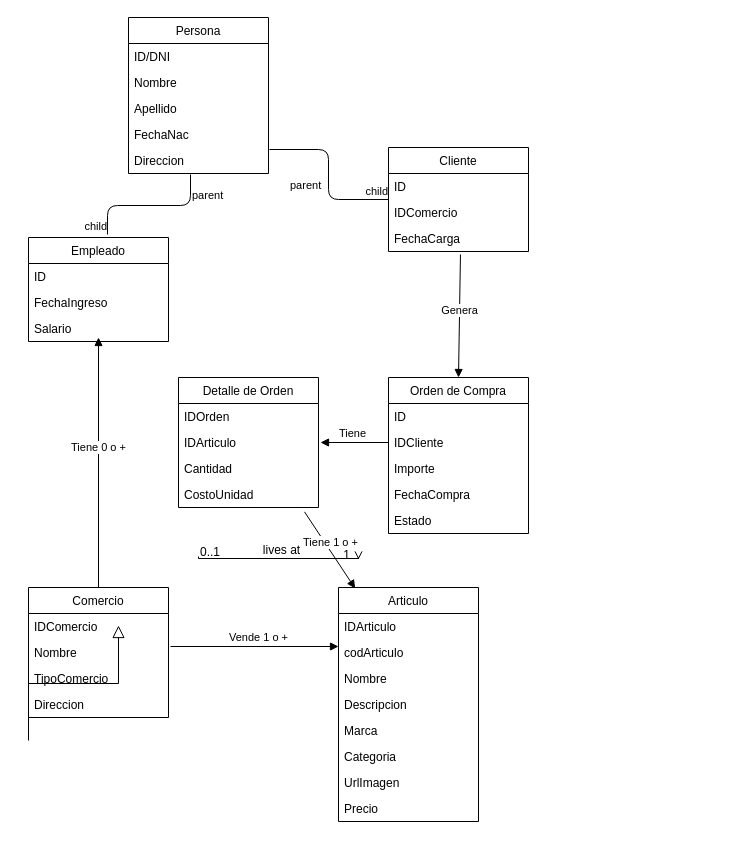
Before: productoApp.drawio in RailGun15/Programacion3-UTN, a draw.io diagram. Source tidied: cells renumbered, new cells numbered last; positions are measured from the earlier drawing's top-left corner, leaving out a move shared by most shapes. Both pictures are drawn from the tidied source at 100%, with x=0, y=0 at pixel (28, 17).
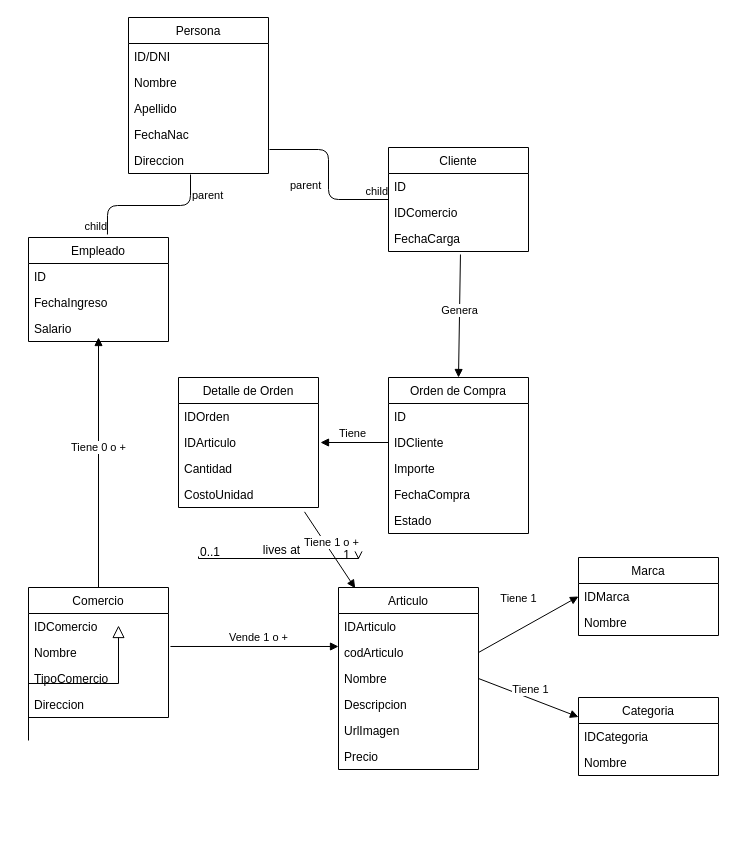
Above is the later version.

The change refers to these unchanged cells:
```xml
<mxCell id="38" value="codArticulo" style="text;strokeColor=none;fillColor=none;align=left;verticalAlign=top;spacingLeft=4;spacingRight=4;overflow=hidden;points=[[0,0.5],[1,0.5]];portConstraint=eastwest;" parent="36" vertex="1">
  <mxGeometry y="52" width="140" height="26" as="geometry" />
</mxCell>
<mxCell id="39" value="Nombre" style="text;strokeColor=none;fillColor=none;align=left;verticalAlign=top;spacingLeft=4;spacingRight=4;overflow=hidden;points=[[0,0.5],[1,0.5]];portConstraint=eastwest;" parent="36" vertex="1">
  <mxGeometry y="78" width="140" height="26" as="geometry" />
</mxCell>
```

Diff of the diagram source:
```diff
@@
     <mxCell id="36" value="Articulo" style="swimlane;fontStyle=0;horizontal=1;startSize=26;fillColor=none;" parent="1" vertex="1">
-      <mxGeometry x="310" y="570" width="140" height="234" as="geometry" />
+      <mxGeometry x="310" y="570" width="140" height="182" as="geometry" />
     </mxCell>
@@
-    <mxCell id="41" value="Marca" style="text;strokeColor=none;fillColor=none;align=left;verticalAlign=top;spacingLeft=4;spacingRight=4;overflow=hidden;" parent="36" vertex="1">
-      <mxGeometry y="130" width="140" height="26" as="geometry" />
-    </mxCell>
-    <mxCell id="42" value="Categoria" style="text;strokeColor=none;fillColor=none;align=left;verticalAlign=top;spacingLeft=4;spacingRight=4;overflow=hidden;points=[[0,0.5],[1,0.5]];portConstraint=eastwest;" parent="36" vertex="1">
-      <mxGeometry y="156" width="140" height="26" as="geometry" />
-    </mxCell>
     <mxCell id="43" value="UrlImagen" style="text;strokeColor=none;fillColor=none;align=left;verticalAlign=top;spacingLeft=4;spacingRight=4;overflow=hidden;" parent="36" vertex="1">
-      <mxGeometry y="182" width="140" height="26" as="geometry" />
+      <mxGeometry y="130" width="140" height="26" as="geometry" />
     </mxCell>
     <mxCell id="44" value="Precio" style="text;strokeColor=none;fillColor=none;align=left;verticalAlign=top;spacingLeft=4;spacingRight=4;overflow=hidden;" parent="36" vertex="1">
-      <mxGeometry y="208" width="140" height="26" as="geometry" />
+      <mxGeometry y="156" width="140" height="26" as="geometry" />
     </mxCell>
@@
+    <mxCell id="57" value="Tiene 1" style="html=1;verticalAlign=bottom;endArrow=block;exitX=1;exitY=0.5;exitDx=0;exitDy=0;entryX=0;entryY=0.5;entryDx=0;entryDy=0;" parent="1" edge="1" source="38" target="61">
+      <mxGeometry x="-0.01" y="20" relative="1" as="geometry" />
+    </mxCell>
+    <mxCell id="58" value="Tiene 1" style="html=1;verticalAlign=bottom;endArrow=block;exitX=1;exitY=0.5;exitDx=0;exitDy=0;entryX=0;entryY=0.25;entryDx=0;entryDy=0;" parent="1" edge="1" source="39" target="42">
+      <mxGeometry x="0.05" relative="1" as="geometry" />
+    </mxCell>
+    <mxCell id="42" value="Categoria" style="swimlane;fontStyle=0;horizontal=1;startSize=26;fillColor=none;" parent="1" vertex="1">
+      <mxGeometry x="550" y="680" width="140" height="78" as="geometry" />
+    </mxCell>
+    <mxCell id="59" value="IDCategoria" style="text;strokeColor=none;fillColor=none;align=left;verticalAlign=top;spacingLeft=4;spacingRight=4;overflow=hidden;" parent="42" vertex="1">
+      <mxGeometry y="26" width="140" height="26" as="geometry" />
+    </mxCell>
+    <mxCell id="60" value="Nombre" style="text;strokeColor=none;fillColor=none;align=left;verticalAlign=top;spacingLeft=4;spacingRight=4;overflow=hidden;" parent="42" vertex="1">
+      <mxGeometry y="52" width="140" height="26" as="geometry" />
+    </mxCell>
+    <mxCell id="41" value="Marca" style="swimlane;fontStyle=0;horizontal=1;startSize=26;fillColor=none;" parent="1" vertex="1">
+      <mxGeometry x="550" y="540" width="140" height="78" as="geometry" />
+    </mxCell>
+    <mxCell id="61" value="IDMarca" style="text;strokeColor=none;fillColor=none;align=left;verticalAlign=top;spacingLeft=4;spacingRight=4;overflow=hidden;points=[[0,0.5],[1,0.5]];portConstraint=eastwest;" parent="41" vertex="1">
+      <mxGeometry y="26" width="140" height="26" as="geometry" />
+    </mxCell>
+    <mxCell id="62" value="Nombre" style="text;strokeColor=none;fillColor=none;align=left;verticalAlign=top;spacingLeft=4;spacingRight=4;overflow=hidden;" parent="41" vertex="1">
+      <mxGeometry y="52" width="140" height="26" as="geometry" />
+    </mxCell>
```
